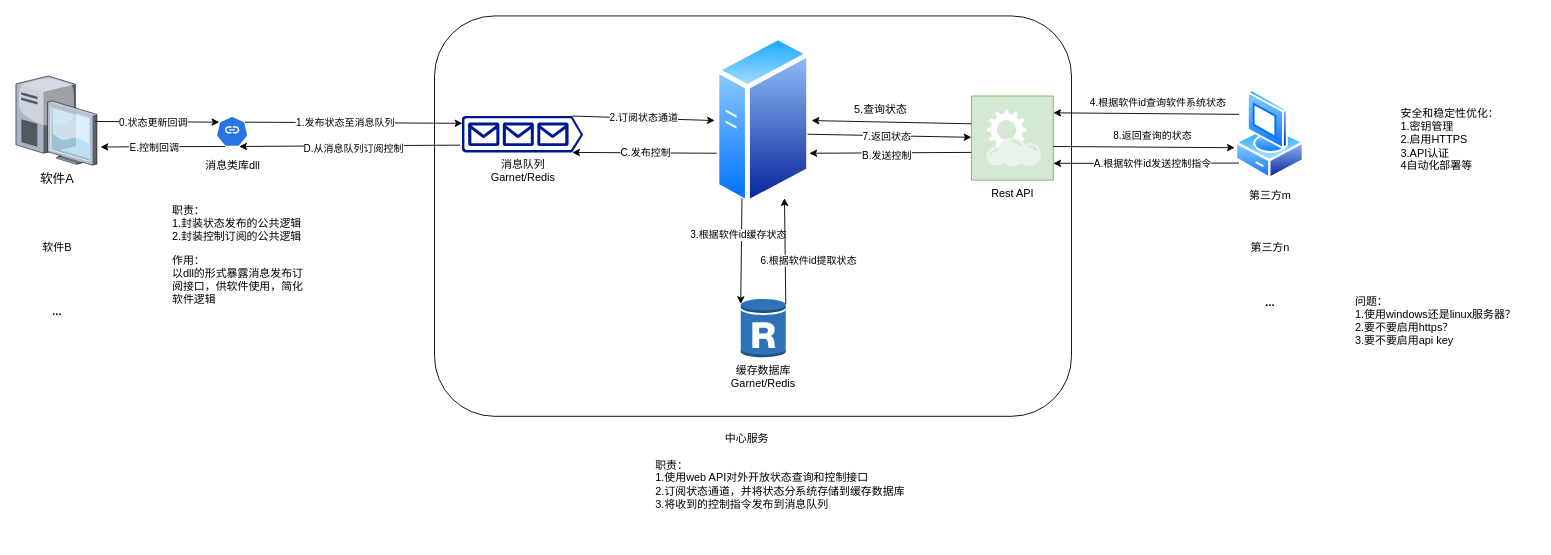
Above: doc/网络架构.drawio in Yqghlx/LabTechOpenPlatform (draw.io), before the change. Source tidied: cells renumbered, new cells numbered last; positions are measured from the earlier drawing's top-left corner, leaving out a move shared by most shapes. Both pictures are drawn from the tidied source at 91%, with x=0, y=0 at pixel (15, 15).
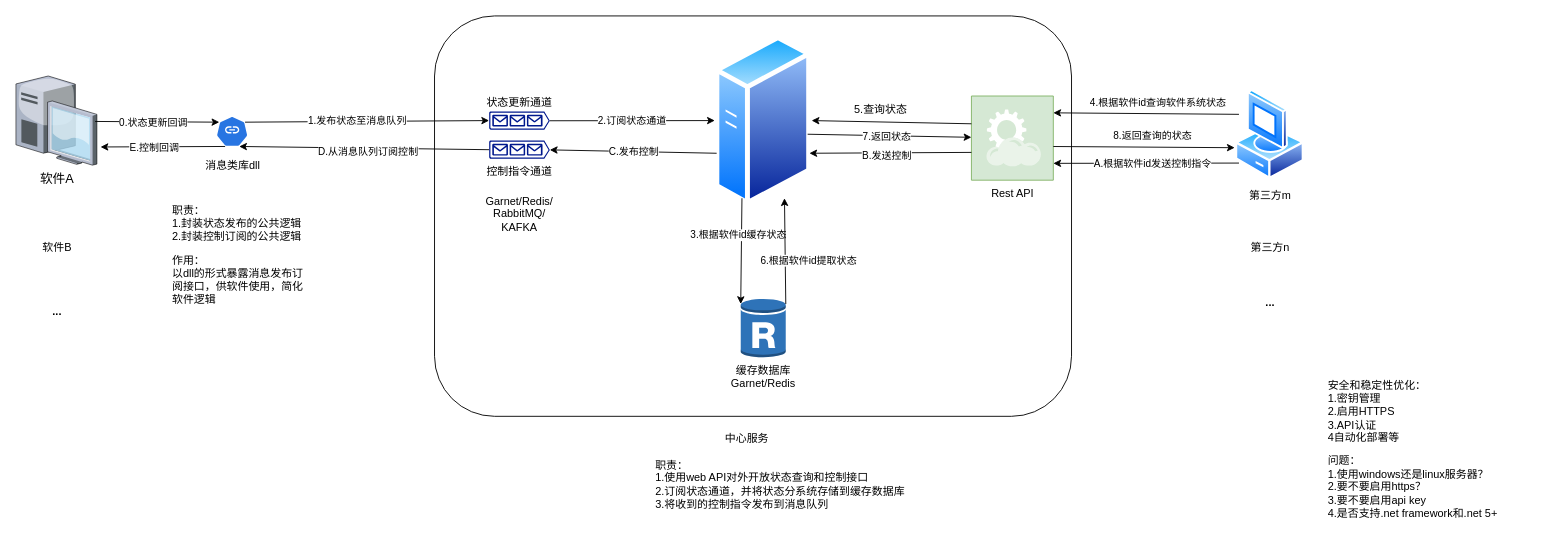
The same page after the edit.

Commit message:
docs: 更新消息队列和控制指令通道的描述

- 修改了消息队列的名称为"状态更新通道"
- 添加了控制指令通道的描述
- 调整了相关元素的位置和大小

Unchanged cells that the change refers to:
```xml
<mxCell id="5" style="image;perimeter=ellipsePerimeter;html=1;align=center;shadow=0;dashed=0;spacingTop=3;image=img/lib/active_directory/generic_server.svg;" parent="1" vertex="1">
  <mxGeometry x="768" y="20" width="106.4" height="190" as="geometry" />
</mxCell>
<mxCell id="41" style="sketch=0;html=1;dashed=0;whitespace=wrap;verticalLabelPosition=bottom;verticalAlign=top;fillColor=#2875E2;strokeColor=#ffffff;points=[[0.005,0.63,0],[0.1,0.2,0],[0.9,0.2,0],[0.5,0,0],[0.995,0.63,0],[0.72,0.99,0],[0.5,1,0],[0.28,0.99,0]];shape=mxgraph.kubernetes.icon2;prIcon=crb;" parent="1" vertex="1">
  <mxGeometry x="220" y="110" width="35.2" height="33.8" as="geometry" />
</mxCell>
```

The edit, as a diff of the source:
```diff
@@
-    <mxCell id="4" value="消息队列&lt;div&gt;Garnet/Redis&lt;/div&gt;" style="sketch=0;shadow=0;dashed=0;html=1;strokeColor=none;labelPosition=center;verticalLabelPosition=bottom;verticalAlign=top;align=center;fillColor=#00188D;shape=mxgraph.azure.queue_generic;" parent="1" vertex="1">
-      <mxGeometry x="490" y="110" width="133.3" height="40" as="geometry" />
+    <mxCell id="4" value="状态更新通道" style="sketch=0;shadow=0;dashed=0;html=1;strokeColor=none;labelPosition=center;verticalLabelPosition=top;verticalAlign=bottom;align=center;fillColor=#00188D;shape=mxgraph.azure.queue_generic;" parent="1" vertex="1">
+      <mxGeometry x="520" y="105" width="66.7" height="20" as="geometry" />
     </mxCell>
@@
-    <mxCell id="9" style="endArrow=classic;html=1;rounded=0;exitX=0.9;exitY=0.2;exitDx=0;exitDy=0;exitPerimeter=0;entryX=0.005;entryY=0.2;entryDx=0;entryDy=0;entryPerimeter=0;" parent="1" edge="1" source="41" target="4">
+    <mxCell id="9" style="endArrow=classic;html=1;rounded=0;exitX=0.9;exitY=0.2;exitDx=0;exitDy=0;exitPerimeter=0;entryX=0;entryY=0.5;entryDx=0;entryDy=0;entryPerimeter=0;" parent="1" edge="1" source="41" target="4">
       <mxGeometry relative="1" as="geometry" />
     </mxCell>
@@
-    <mxCell id="11" style="endArrow=classic;html=1;rounded=0;exitX=-0.015;exitY=0.8;exitDx=0;exitDy=0;exitPerimeter=0;entryX=0.72;entryY=0.99;entryDx=0;entryDy=0;entryPerimeter=0;" parent="1" edge="1" source="4" target="41">
+    <mxCell id="11" style="endArrow=classic;html=1;rounded=0;entryX=0.72;entryY=0.99;entryDx=0;entryDy=0;entryPerimeter=0;exitX=0;exitY=0.5;exitDx=0;exitDy=0;exitPerimeter=0;" parent="1" edge="1" source="49" target="41">
       <mxGeometry relative="1" as="geometry" />
     </mxCell>
@@
-    <mxCell id="13" style="endArrow=classic;html=1;rounded=0;exitX=0.91;exitY=0;exitDx=0;exitDy=0;exitPerimeter=0;entryX=0;entryY=0.5;entryDx=0;entryDy=0;" parent="1" edge="1" source="4" target="5">
+    <mxCell id="13" style="endArrow=classic;html=1;rounded=0;exitX=1;exitY=0.51;exitDx=0;exitDy=0;exitPerimeter=0;entryX=0;entryY=0.5;entryDx=0;entryDy=0;" parent="1" edge="1" source="4" target="5">
       <mxGeometry relative="1" as="geometry" />
     </mxCell>
@@
-    <mxCell id="17" style="endArrow=classic;html=1;rounded=0;exitX=0.019;exitY=0.689;exitDx=0;exitDy=0;exitPerimeter=0;entryX=0.91;entryY=1;entryDx=0;entryDy=0;entryPerimeter=0;" parent="1" edge="1" source="5" target="4">
+    <mxCell id="17" style="endArrow=classic;html=1;rounded=0;exitX=0.019;exitY=0.689;exitDx=0;exitDy=0;exitPerimeter=0;entryX=1;entryY=0.51;entryDx=0;entryDy=0;entryPerimeter=0;" parent="1" edge="1" source="5" target="49">
       <mxGeometry relative="1" as="geometry" />
     </mxCell>
@@
     <mxCell id="47" value="安全和稳定性优化：&lt;div&gt;1.密钥管理&lt;/div&gt;&lt;div&gt;2.启用HTTPS&lt;/div&gt;&lt;div&gt;3.API认证&lt;/div&gt;&lt;div&gt;4自动化部署等&lt;/div&gt;" style="text;html=1;align=left;verticalAlign=middle;strokeColor=none;fillColor=none;" parent="1" vertex="1">
-      <mxGeometry x="1520" y="90.5" width="130" height="90" as="geometry" />
+      <mxGeometry x="1440" y="390" width="130" height="90" as="geometry" />
     </mxCell>
-    <mxCell id="48" value="问题：&lt;div&gt;1.使用windows还是linux服务器？&lt;/div&gt;&lt;div&gt;2.要不要启用https？&lt;/div&gt;&lt;div&gt;3.要不要启用api key&lt;/div&gt;" style="text;html=1;align=left;verticalAlign=middle;strokeColor=none;fillColor=none;" parent="1" vertex="1">
-      <mxGeometry x="1470" y="300" width="200" height="70" as="geometry" />
+    <mxCell id="48" value="问题：&lt;div&gt;1.使用windows还是linux服务器？&lt;/div&gt;&lt;div&gt;2.要不要启用https？&lt;/div&gt;&lt;div&gt;3.要不要启用api key&lt;/div&gt;&lt;div&gt;4.是否支持.net framework和.net 5+&lt;/div&gt;&lt;div&gt;&lt;br&gt;&lt;/div&gt;" style="text;html=1;align=left;verticalAlign=middle;strokeColor=none;fillColor=none;" parent="1" vertex="1">
+      <mxGeometry x="1440" y="475" width="210" height="100" as="geometry" />
     </mxCell>
+    <mxCell id="49" value="控制指令通道" style="sketch=0;shadow=0;dashed=0;html=1;strokeColor=none;labelPosition=center;verticalLabelPosition=bottom;verticalAlign=top;align=center;fillColor=#00188D;shape=mxgraph.azure.queue_generic;" parent="1" vertex="1">
+      <mxGeometry x="520" y="137" width="66.7" height="20" as="geometry" />
+    </mxCell>
+    <mxCell id="50" value="Garnet/Redis/&lt;div&gt;RabbitMQ/&lt;/div&gt;&lt;div&gt;KAFKA&lt;/div&gt;&lt;div&gt;&lt;br&gt;&lt;/div&gt;" style="text;html=1;align=center;verticalAlign=middle;strokeColor=none;fillColor=none;" parent="1" vertex="1">
+      <mxGeometry x="503.3" y="190" width="100" height="70" as="geometry" />
+    </mxCell>
```
